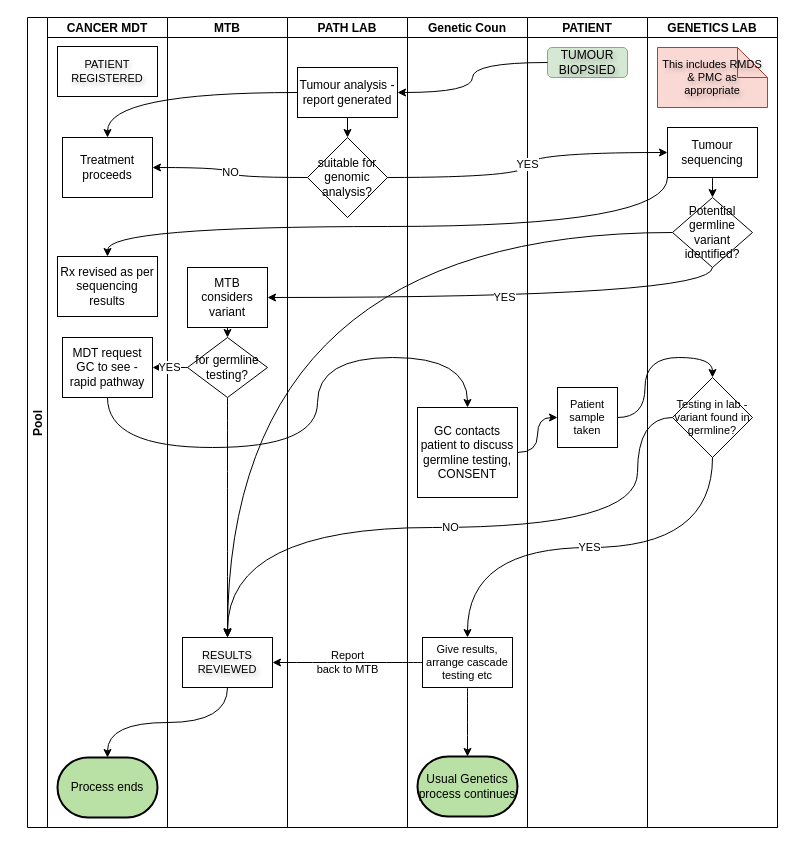
This is page "Page-2" (2 of 2) of BasicCancerFlow_Phase1.drawio from mckeelab/cancerflow, a draw.io file, before an edit. Source tidied: cells renumbered, new cells numbered last; positions are measured from the earlier drawing's top-left corner, leaving out a move shared by most shapes. Both pictures are drawn from the tidied source at 100%, with x=0, y=0 at pixel (27, 17).
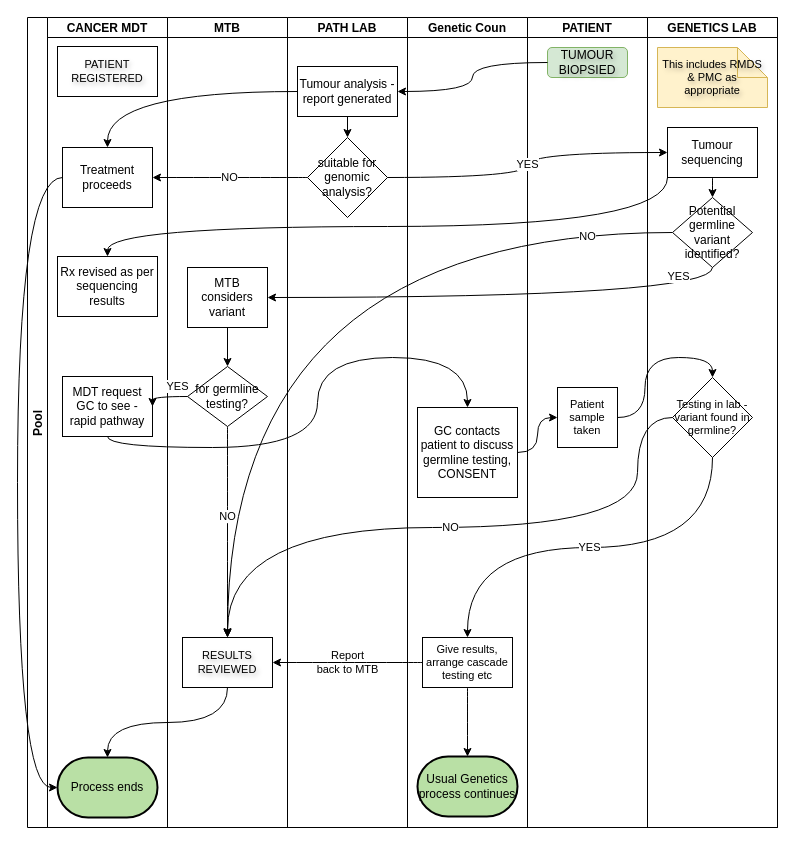
The same page after the edit.

Unchanged cells that the change refers to:
```xml
<mxCell id="2" value="Pool" style="swimlane;startSize=20;horizontal=0;" parent="1" vertex="1">
  <mxGeometry width="750" height="810" as="geometry" />
</mxCell>
<mxCell id="3" value="CANCER MDT" style="swimlane;startSize=20;" parent="2" vertex="1">
  <mxGeometry x="20" width="120" height="810" as="geometry" />
</mxCell>
<mxCell id="6" value="Process ends" style="strokeWidth=2;html=1;shape=mxgraph.flowchart.terminator;whiteSpace=wrap;fillColor=#B9E0A5;" parent="3" vertex="1">
  <mxGeometry x="10" y="740" width="100" height="60" as="geometry" />
</mxCell>
<mxCell id="8" value="MTB" style="swimlane;startSize=20;" parent="2" vertex="1">
  <mxGeometry x="140" width="120" height="810" as="geometry" />
</mxCell>
<mxCell id="10" value="MTB considers variant" style="rounded=0;whiteSpace=wrap;html=1;" parent="8" vertex="1">
  <mxGeometry x="20" y="250" width="80" height="60" as="geometry" />
</mxCell>
<mxCell id="13" value="RESULTS REVIEWED" style="rounded=0;whiteSpace=wrap;html=1;fontFamily=Helvetica;fontSize=11;labelBackgroundColor=none;textShadow=1;" parent="8" vertex="1">
  <mxGeometry x="15" y="620" width="90" height="50" as="geometry" />
</mxCell>
<mxCell id="14" value="PATH LAB" style="swimlane;startSize=20;" parent="2" vertex="1">
  <mxGeometry x="260" width="120" height="810" as="geometry" />
</mxCell>
<mxCell id="26" value="GENETICS LAB" style="swimlane;startSize=20;" parent="2" vertex="1">
  <mxGeometry x="620" width="130" height="810" as="geometry" />
</mxCell>
<mxCell id="30" value="Potential germline variant identified?" style="rhombus;whiteSpace=wrap;html=1;" parent="26" vertex="1">
  <mxGeometry x="25" y="180" width="80" height="70" as="geometry" />
</mxCell>
```

The edit, as a diff of the source:
```diff
@@
     <mxCell id="4" value="Treatment proceeds" style="rounded=0;whiteSpace=wrap;html=1;" parent="3" vertex="1">
-      <mxGeometry x="15" y="120" width="90" height="60" as="geometry" />
+      <mxGeometry x="15" y="130" width="90" height="60" as="geometry" />
     </mxCell>
     <mxCell id="5" value="MDT request GC to see - rapid pathway" style="rounded=0;whiteSpace=wrap;html=1;" parent="3" vertex="1">
-      <mxGeometry x="15" y="320" width="90" height="60" as="geometry" />
+      <mxGeometry x="15" y="359" width="90" height="60" as="geometry" />
     </mxCell>
@@
+    <mxCell id="48" style="edgeStyle=orthogonalEdgeStyle;rounded=0;jettySize=auto;html=1;exitX=0;exitY=0.5;exitDx=0;exitDy=0;entryX=0;entryY=0.5;entryDx=0;entryDy=0;entryPerimeter=0;curved=1;" parent="3" edge="1" source="4" target="6">
+      <mxGeometry relative="1" as="geometry">
+        <Array as="points">
+          <mxPoint x="-30" y="160" />
+          <mxPoint x="-30" y="770" />
+        </Array>
+      </mxGeometry>
+    </mxCell>
@@
-    <mxCell id="11" style="edgeStyle=orthogonalEdgeStyle;curved=1;rounded=0;jettySize=auto;html=1;exitX=0.5;exitY=1;exitDx=0;exitDy=0;entryX=0.5;entryY=0;entryDx=0;entryDy=0;strokeColor=default;align=center;verticalAlign=middle;fontFamily=Helvetica;fontSize=11;fontColor=default;labelBackgroundColor=default;endArrow=classic;" parent="8" edge="1" source="12" target="13">
-      <mxGeometry relative="1" as="geometry" />
+    <mxCell id="11" value="NO" style="edgeStyle=orthogonalEdgeStyle;curved=1;rounded=0;jettySize=auto;html=1;exitX=0.5;exitY=1;exitDx=0;exitDy=0;entryX=0.5;entryY=0;entryDx=0;entryDy=0;strokeColor=default;align=center;verticalAlign=middle;fontFamily=Helvetica;fontSize=11;fontColor=default;labelBackgroundColor=default;endArrow=classic;" parent="8" edge="1" source="12" target="13">
+      <mxGeometry x="-0.15" relative="1" as="geometry" />
     </mxCell>
     <mxCell id="12" value="for germline testing?" style="rhombus;whiteSpace=wrap;html=1;" parent="8" vertex="1">
-      <mxGeometry x="20" y="320" width="80" height="60" as="geometry" />
+      <mxGeometry x="20" y="349" width="80" height="60" as="geometry" />
     </mxCell>
@@
     <mxCell id="16" value="Tumour analysis - report generated" style="rounded=0;whiteSpace=wrap;html=1;" parent="14" vertex="1">
-      <mxGeometry x="10" y="50" width="100" height="50" as="geometry" />
+      <mxGeometry x="10" y="49" width="100" height="50" as="geometry" />
     </mxCell>
@@
-    <mxCell id="29" style="edgeStyle=orthogonalEdgeStyle;curved=1;rounded=0;jettySize=auto;html=1;exitX=0;exitY=0.5;exitDx=0;exitDy=0;strokeColor=default;align=center;verticalAlign=middle;fontFamily=Helvetica;fontSize=11;fontColor=default;labelBackgroundColor=default;endArrow=classic;" parent="26" edge="1" source="30">
-      <mxGeometry relative="1" as="geometry">
+    <mxCell id="29" value="NO" style="edgeStyle=orthogonalEdgeStyle;curved=1;rounded=0;jettySize=auto;html=1;exitX=0;exitY=0.5;exitDx=0;exitDy=0;strokeColor=default;align=center;verticalAlign=middle;fontFamily=Helvetica;fontSize=11;fontColor=default;labelBackgroundColor=default;endArrow=classic;" parent="26" edge="1" source="30">
+      <mxGeometry x="-0.8" y="4" relative="1" as="geometry">
         <mxPoint x="-420" y="620" as="targetPoint" />
       </mxGeometry>
     </mxCell>
@@
-    <mxCell id="31" value="This includes RMDS &amp;amp; PMC as appropriate" style="shape=note;whiteSpace=wrap;html=1;perimeter=calloutPerimeter;fontFamily=Helvetica;fontSize=11;labelBackgroundColor=none;position2=0.06;size=30;position=0.44;base=20;fillColor=#fad9d5;strokeColor=#ae4132;textShadow=1;" parent="26" vertex="1">
+    <mxCell id="31" value="This includes RMDS &amp;amp; PMC as appropriate" style="shape=note;whiteSpace=wrap;html=1;perimeter=calloutPerimeter;fontFamily=Helvetica;fontSize=11;labelBackgroundColor=none;position2=0.06;size=30;position=0.44;base=20;fillColor=#fff2cc;strokeColor=#d6b656;textShadow=1;" parent="26" vertex="1">
       <mxGeometry x="10" y="30" width="110" height="60" as="geometry" />
     </mxCell>
@@
     <mxCell id="36" value="YES" style="edgeStyle=orthogonalEdgeStyle;rounded=0;jettySize=auto;html=1;exitX=0.5;exitY=1;exitDx=0;exitDy=0;entryX=1;entryY=0.5;entryDx=0;entryDy=0;curved=1;" parent="2" edge="1" source="30" target="10">
-      <mxGeometry relative="1" as="geometry" />
+      <mxGeometry x="-0.73" y="-21" relative="1" as="geometry" />
     </mxCell>
@@
     <mxCell id="38" value="YES" style="edgeStyle=orthogonalEdgeStyle;rounded=0;jettySize=auto;html=1;exitX=0;exitY=0.5;exitDx=0;exitDy=0;entryX=1;entryY=0.5;entryDx=0;entryDy=0;curved=1;" parent="2" edge="1" source="12" target="5">
-      <mxGeometry relative="1" as="geometry" />
+      <mxGeometry x="-0.56" y="-10" relative="1" as="geometry" />
     </mxCell>
```
